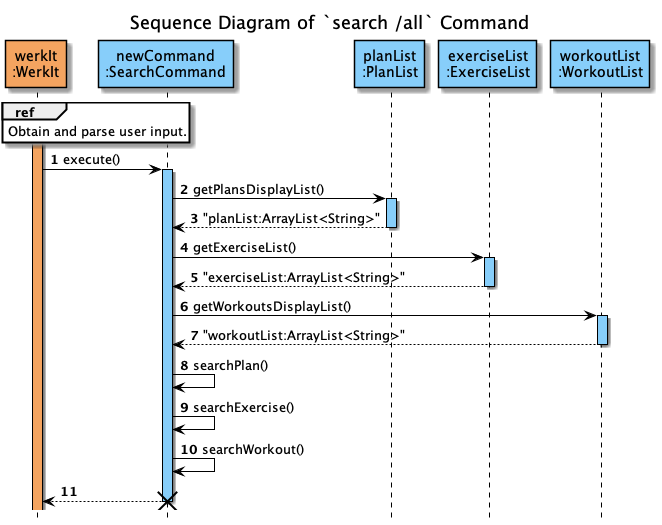
This is docs/uml/sequenceDiagrams/search/images/searchAll.png from nus-cs2113-AY2122S2/tp, a PlantUML export, as it was before one commit.
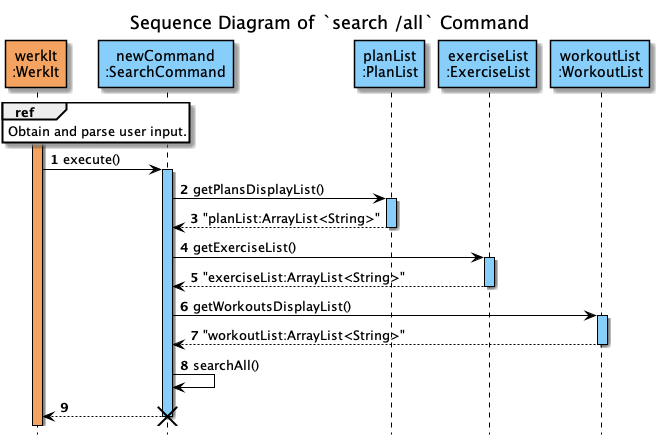
After the change.

Commit message:
Update DG on search features

What changed in the source:
```diff
@@ -39,9 +39,8 @@
 newCommand <-- WorkoutList : "workoutList:ArrayList<String>"
 deactivate WorkoutList
 
-newCommand -> newCommand : searchPlan()
-newCommand -> newCommand : searchExercise()
-newCommand -> newCommand : searchWorkout()
+newCommand -> newCommand : searchAll()
+
 newCommand --> WerkIt
 deactivate newCommand
 
```
